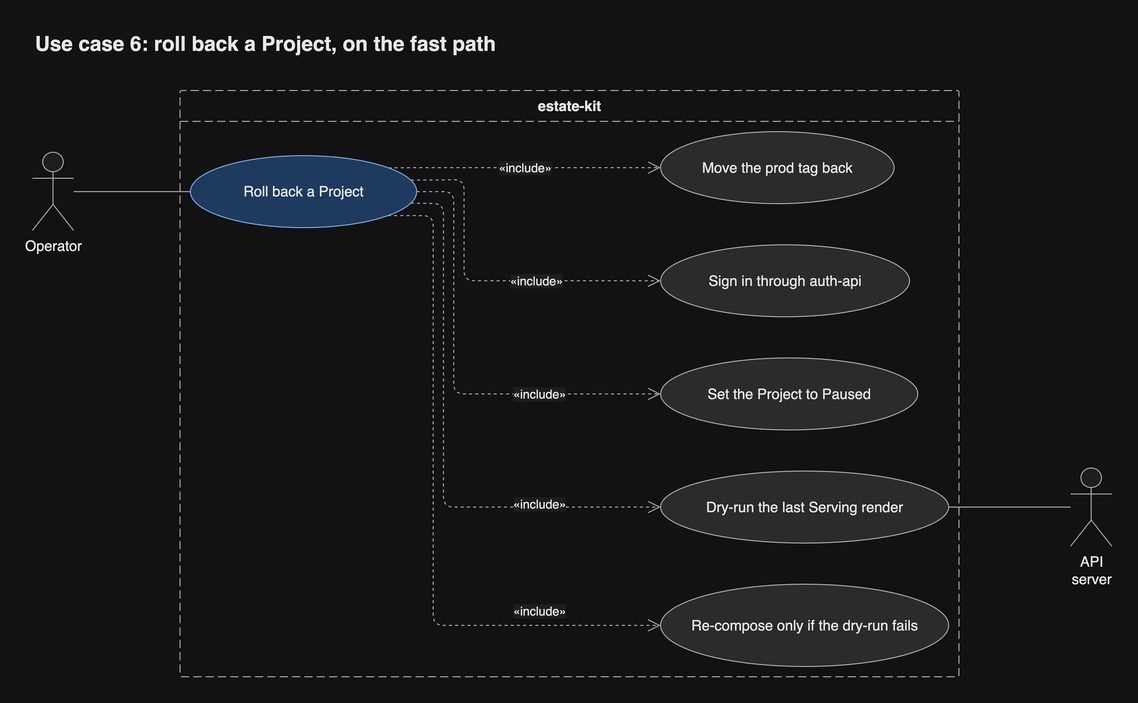
The draw.io diagram docs/diagrams/png/uc6-rollback.png in JorisJonkers-dev/estate-kit, before a commit. Source tidied: cells renumbered, new cells last; positions are measured from the earlier drawing's top-left corner, leaving out a move shared by most shapes.
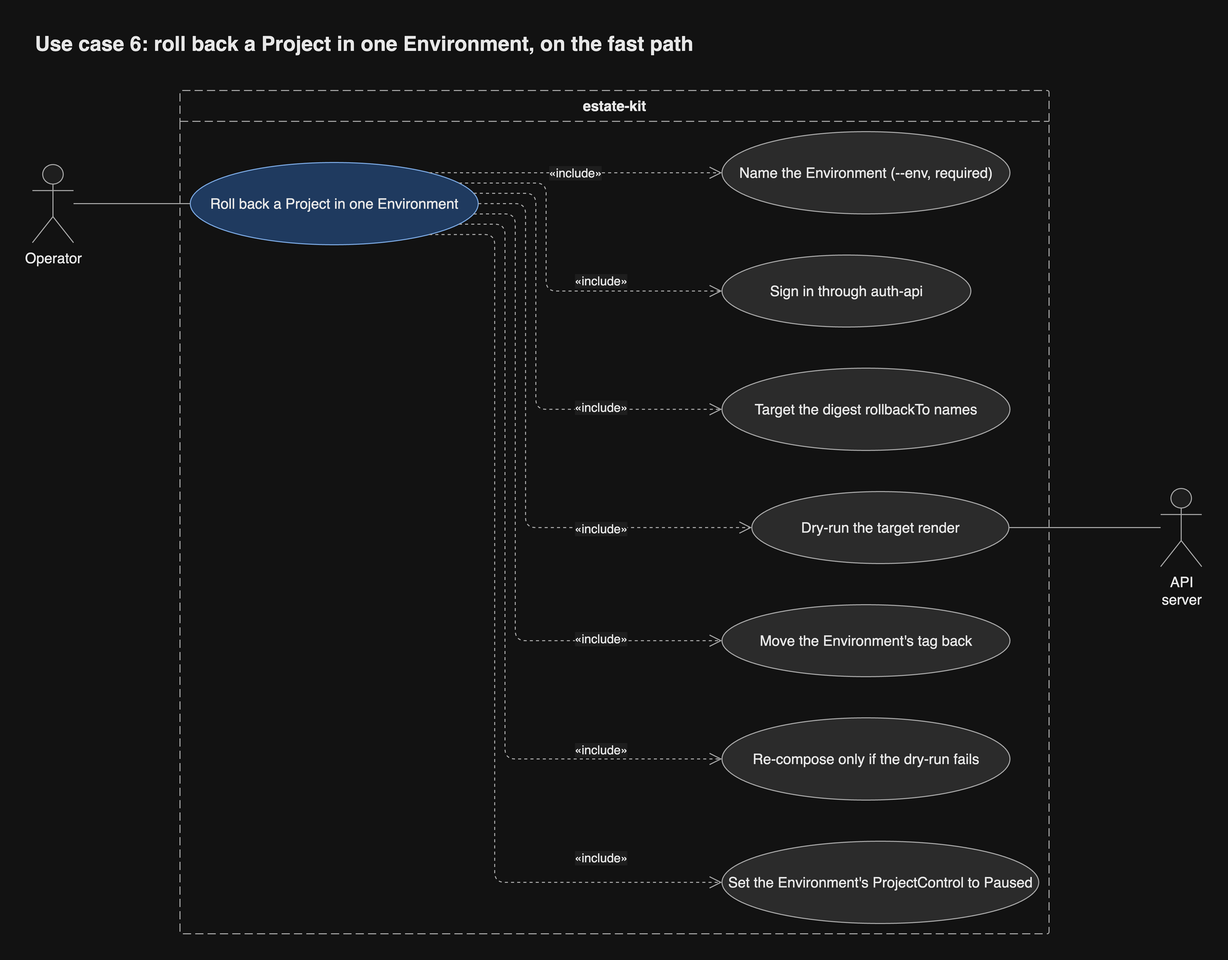
Above is the later version.

Change to the diagram source:
```diff
@@ -3,91 +3,115 @@
     <mxCell id="0" />
     <mxCell id="1" parent="0" />
     <mxCell id="2" value="estate-kit" style="swimlane;startSize=30;rounded=1;arcSize=4;absoluteArcSize=1;dashed=1;dashPattern=8 4;html=1;whiteSpace=wrap;fontSize=14;fontColor=light-dark(#1a1a1a,#e8e8e8);fontStyle=1;fillColor=none;swimlaneFillColor=none;strokeColor=light-dark(#666666,#a8a8a8);fontFamily=Helvetica;" parent="1" vertex="1">
-      <mxGeometry x="144" y="64" width="757" height="570" as="geometry" />
+      <mxGeometry x="144" y="64" width="845" height="820" as="geometry" />
     </mxCell>
-    <mxCell id="3" value="Roll back a Project" style="ellipse;html=1;whiteSpace=wrap;fontSize=14;fontColor=light-dark(#1a1a1a,#e8e8e8);fillColor=light-dark(#dae8fc,#1f3a5f);strokeColor=light-dark(#6c8ebf,#7aa7e0);fontFamily=Helvetica;" parent="2" vertex="1">
-      <mxGeometry x="10" y="63.3" width="220" height="70" as="geometry" />
+    <mxCell id="3" value="Roll back a Project in one Environment" style="ellipse;html=1;whiteSpace=wrap;fontSize=14;fontColor=light-dark(#1a1a1a,#e8e8e8);fillColor=light-dark(#dae8fc,#1f3a5f);strokeColor=light-dark(#6c8ebf,#7aa7e0);fontFamily=Helvetica;" parent="2" vertex="1">
+      <mxGeometry x="10" y="70" width="280" height="80" as="geometry" />
     </mxCell>
     <mxCell id="4" value="Sign in through auth-api" style="ellipse;html=1;whiteSpace=wrap;fontSize=14;fontColor=light-dark(#1a1a1a,#e8e8e8);fillColor=light-dark(#f5f5f5,#2b2b2b);strokeColor=light-dark(#666666,#a8a8a8);fontFamily=Helvetica;" parent="2" vertex="1">
-      <mxGeometry x="467" y="150" width="242" height="70" as="geometry" />
+      <mxGeometry x="527" y="160" width="242" height="70" as="geometry" />
     </mxCell>
-    <mxCell id="5" value="Dry-run the last Serving render" style="ellipse;html=1;whiteSpace=wrap;fontSize=14;fontColor=light-dark(#1a1a1a,#e8e8e8);fillColor=light-dark(#f5f5f5,#2b2b2b);strokeColor=light-dark(#666666,#a8a8a8);fontFamily=Helvetica;" parent="2" vertex="1">
-      <mxGeometry x="467" y="370" width="280" height="70" as="geometry" />
+    <mxCell id="5" value="Name the Environment (--env, required)" style="ellipse;html=1;whiteSpace=wrap;fontSize=14;fontColor=light-dark(#1a1a1a,#e8e8e8);fillColor=light-dark(#f5f5f5,#2b2b2b);strokeColor=light-dark(#666666,#a8a8a8);fontFamily=Helvetica;" parent="2" vertex="1">
+      <mxGeometry x="527" y="40" width="280" height="80" as="geometry" />
     </mxCell>
-    <mxCell id="6" value="Move the prod tag back" style="ellipse;html=1;whiteSpace=wrap;fontSize=14;fontColor=light-dark(#1a1a1a,#e8e8e8);fillColor=light-dark(#f5f5f5,#2b2b2b);strokeColor=light-dark(#666666,#a8a8a8);fontFamily=Helvetica;" parent="2" vertex="1">
-      <mxGeometry x="467" y="40" width="227" height="70" as="geometry" />
+    <mxCell id="6" value="Target the digest rollbackTo names" style="ellipse;html=1;whiteSpace=wrap;fontSize=14;fontColor=light-dark(#1a1a1a,#e8e8e8);fillColor=light-dark(#f5f5f5,#2b2b2b);strokeColor=light-dark(#666666,#a8a8a8);fontFamily=Helvetica;" parent="2" vertex="1">
+      <mxGeometry x="527" y="270" width="280" height="80" as="geometry" />
     </mxCell>
-    <mxCell id="7" value="Set the Project to Paused" style="ellipse;html=1;whiteSpace=wrap;fontSize=14;fontColor=light-dark(#1a1a1a,#e8e8e8);fillColor=light-dark(#f5f5f5,#2b2b2b);strokeColor=light-dark(#666666,#a8a8a8);fontFamily=Helvetica;" parent="2" vertex="1">
-      <mxGeometry x="467" y="260" width="250" height="70" as="geometry" />
+    <mxCell id="7" value="Dry-run the target render" style="ellipse;html=1;whiteSpace=wrap;fontSize=14;fontColor=light-dark(#1a1a1a,#e8e8e8);fillColor=light-dark(#f5f5f5,#2b2b2b);strokeColor=light-dark(#666666,#a8a8a8);fontFamily=Helvetica;" parent="2" vertex="1">
+      <mxGeometry x="556" y="390" width="250" height="70" as="geometry" />
     </mxCell>
-    <mxCell id="8" value="Re-compose only if the dry-run fails" style="ellipse;html=1;whiteSpace=wrap;fontSize=14;fontColor=light-dark(#1a1a1a,#e8e8e8);fillColor=light-dark(#f5f5f5,#2b2b2b);strokeColor=light-dark(#666666,#a8a8a8);fontFamily=Helvetica;" parent="2" vertex="1">
-      <mxGeometry x="467" y="480" width="280" height="80" as="geometry" />
+    <mxCell id="8" value="Move the Environment's tag back" style="ellipse;html=1;whiteSpace=wrap;fontSize=14;fontColor=light-dark(#1a1a1a,#e8e8e8);fillColor=light-dark(#f5f5f5,#2b2b2b);strokeColor=light-dark(#666666,#a8a8a8);fontFamily=Helvetica;" parent="2" vertex="1">
+      <mxGeometry x="527" y="500" width="280" height="70" as="geometry" />
     </mxCell>
+    <mxCell id="19" value="Set the Environment's ProjectControl to Paused" style="ellipse;html=1;whiteSpace=wrap;fontSize=14;fontColor=light-dark(#1a1a1a,#e8e8e8);fillColor=light-dark(#f5f5f5,#2b2b2b);strokeColor=light-dark(#666666,#a8a8a8);fontFamily=Helvetica;" parent="2" vertex="1">
+      <mxGeometry x="527" y="730" width="308" height="80" as="geometry" />
+    </mxCell>
+    <mxCell id="20" value="Re-compose only if the dry-run fails" style="ellipse;html=1;whiteSpace=wrap;fontSize=14;fontColor=light-dark(#1a1a1a,#e8e8e8);fillColor=light-dark(#f5f5f5,#2b2b2b);strokeColor=light-dark(#666666,#a8a8a8);fontFamily=Helvetica;" parent="2" vertex="1">
+      <mxGeometry x="527" y="610" width="280" height="80" as="geometry" />
+    </mxCell>
-    <mxCell id="9" value="«include»" style="html=1;rounded=1;fontSize=14;fontSize=12;fontColor=light-dark(#1a1a1a,#e8e8e8);strokeColor=light-dark(#666666,#a8a8a8);endArrow=open;endSize=10;dashed=1;noEdgeStyle=1;orthogonal=1;curved=0;exitX=0.9715;exitY=0.3334;entryX=0;entryY=0.5;fontFamily=Helvetica;labelBackgroundColor=light-dark(#ffffff,#1e1e1e);" parent="2" edge="1" source="3" target="4">
+    <mxCell id="9" value="«include»" style="html=1;rounded=1;fontSize=14;fontSize=12;fontColor=light-dark(#1a1a1a,#e8e8e8);strokeColor=light-dark(#666666,#a8a8a8);endArrow=open;endSize=10;dashed=1;noEdgeStyle=1;orthogonal=1;curved=0;exitX=0.9331;exitY=0.25;entryX=0;entryY=0.5;fontFamily=Helvetica;labelBackgroundColor=light-dark(#ffffff,#1e1e1e);" parent="2" edge="1" source="3" target="4">
       <mxGeometry relative="1" as="geometry">
         <Array as="points">
-          <mxPoint x="276" y="86.7" />
-          <mxPoint x="276" y="185" />
+          <mxPoint x="356" y="90" />
+          <mxPoint x="356" y="195" />
         </Array>
-        <mxPoint x="49.2" as="offset" />
+        <mxPoint x="52.5" as="offset" />
       </mxGeometry>
     </mxCell>
-    <mxCell id="10" value="«include»" style="html=1;rounded=1;fontSize=14;fontSize=12;fontColor=light-dark(#1a1a1a,#e8e8e8);strokeColor=light-dark(#666666,#a8a8a8);endArrow=open;endSize=10;dashed=1;noEdgeStyle=1;orthogonal=1;curved=0;exitX=0.9714;exitY=0.6667;entryX=0;entryY=0.5;fontFamily=Helvetica;labelBackgroundColor=light-dark(#ffffff,#1e1e1e);" parent="2" edge="1" source="3" target="5">
+    <mxCell id="10" value="«include»" style="html=1;rounded=1;fontSize=14;fontSize=12;fontColor=light-dark(#1a1a1a,#e8e8e8);strokeColor=light-dark(#666666,#a8a8a8);endArrow=open;endSize=10;dashed=1;noEdgeStyle=1;orthogonal=1;curved=0;exitX=0.8308;exitY=0.125;entryX=0;entryY=0.5;fontFamily=Helvetica;labelBackgroundColor=light-dark(#ffffff,#1e1e1e);" parent="2" edge="1" source="3" target="5">
       <mxGeometry relative="1" as="geometry">
         <Array as="points">
-          <mxPoint x="256" y="110" />
-          <mxPoint x="256" y="405" />
+          <mxPoint x="290" y="80" />
         </Array>
-        <mxPoint x="92.5" y="55" as="offset" />
       </mxGeometry>
     </mxCell>
-    <mxCell id="11" value="«include»" style="html=1;rounded=1;fontSize=14;fontSize=12;fontColor=light-dark(#1a1a1a,#e8e8e8);strokeColor=light-dark(#666666,#a8a8a8);endArrow=open;endSize=10;dashed=1;noEdgeStyle=1;orthogonal=1;curved=0;exitX=0.8728;exitY=0.1667;entryX=0;entryY=0.5;fontFamily=Helvetica;labelBackgroundColor=light-dark(#ffffff,#1e1e1e);" parent="2" edge="1" source="3" target="6">
+    <mxCell id="11" value="«include»" style="html=1;rounded=1;fontSize=14;fontSize=12;fontColor=light-dark(#1a1a1a,#e8e8e8);strokeColor=light-dark(#666666,#a8a8a8);endArrow=open;endSize=10;dashed=1;noEdgeStyle=1;orthogonal=1;curved=0;exitX=0.9842;exitY=0.375;entryX=0;entryY=0.5;fontFamily=Helvetica;labelBackgroundColor=light-dark(#ffffff,#1e1e1e);" parent="2" edge="1" source="3" target="6">
       <mxGeometry relative="1" as="geometry">
         <Array as="points">
-          <mxPoint x="230" y="75" />
+          <mxPoint x="346" y="100" />
+          <mxPoint x="346" y="310" />
         </Array>
+        <mxPoint x="62.5" y="42.5" as="offset" />
       </mxGeometry>
     </mxCell>
     <mxCell id="12" value="«include»" style="html=1;rounded=1;fontSize=14;fontSize=12;fontColor=light-dark(#1a1a1a,#e8e8e8);strokeColor=light-dark(#666666,#a8a8a8);endArrow=open;endSize=10;dashed=1;curved=0;exitX=1;exitY=0.5;entryX=0;entryY=0.5;edgeStyle=orthogonalEdgeStyle;fontFamily=Helvetica;labelBackgroundColor=light-dark(#ffffff,#1e1e1e);" parent="2" edge="1" source="3" target="7">
       <mxGeometry relative="1" as="geometry">
         <Array as="points">
-          <mxPoint x="266" y="98.3" />
-          <mxPoint x="266" y="295" />
+          <mxPoint x="336" y="110" />
+          <mxPoint x="336" y="425" />
         </Array>
-        <mxPoint x="82.5" y="15.8" as="offset" />
+        <mxPoint x="72.5" y="70.5" as="offset" />
       </mxGeometry>
     </mxCell>
-    <mxCell id="13" value="«include»" style="html=1;rounded=1;fontSize=14;fontSize=12;fontColor=light-dark(#1a1a1a,#e8e8e8);strokeColor=light-dark(#666666,#a8a8a8);endArrow=open;endSize=10;dashed=1;noEdgeStyle=1;orthogonal=1;curved=0;exitX=0.8727;exitY=0.8334;entryX=0;entryY=0.5;fontFamily=Helvetica;labelBackgroundColor=light-dark(#ffffff,#1e1e1e);" parent="2" edge="1" source="3" target="8">
+    <mxCell id="13" value="«include»" style="html=1;rounded=1;fontSize=14;fontSize=12;fontColor=light-dark(#1a1a1a,#e8e8e8);strokeColor=light-dark(#666666,#a8a8a8);endArrow=open;endSize=10;dashed=1;noEdgeStyle=1;orthogonal=1;curved=0;exitX=0.9842;exitY=0.625;entryX=0;entryY=0.5;fontFamily=Helvetica;labelBackgroundColor=light-dark(#ffffff,#1e1e1e);" parent="2" edge="1" source="3" target="8">
       <mxGeometry relative="1" as="geometry">
         <Array as="points">
-          <mxPoint x="246" y="121.7" />
-          <mxPoint x="246" y="520" />
+          <mxPoint x="326" y="120" />
+          <mxPoint x="326" y="535" />
         </Array>
-        <mxPoint x="102.5" y="96.7" as="offset" />
+        <mxPoint x="82.5" y="125" as="offset" />
       </mxGeometry>
     </mxCell>
+    <mxCell id="17" value="«include»" style="html=1;rounded=1;fontSize=14;fontSize=12;fontColor=light-dark(#1a1a1a,#e8e8e8);strokeColor=light-dark(#666666,#a8a8a8);endArrow=open;endSize=10;dashed=1;noEdgeStyle=1;orthogonal=1;curved=0;exitX=0.8308;exitY=0.875;entryX=0;entryY=0.5;fontFamily=Helvetica;labelBackgroundColor=light-dark(#ffffff,#1e1e1e);" parent="2" edge="1" source="3" target="19">
+      <mxGeometry relative="1" as="geometry">
+        <Array as="points">
+          <mxPoint x="306" y="140" />
+          <mxPoint x="306" y="770" />
+        </Array>
+        <mxPoint x="102.5" y="212.5" as="offset" />
+      </mxGeometry>
+    </mxCell>
+    <mxCell id="21" value="«include»" style="html=1;rounded=1;fontSize=14;fontSize=12;fontColor=light-dark(#1a1a1a,#e8e8e8);strokeColor=light-dark(#666666,#a8a8a8);endArrow=open;endSize=10;dashed=1;noEdgeStyle=1;orthogonal=1;curved=0;exitX=0.9331;exitY=0.75;entryX=0;entryY=0.5;fontFamily=Helvetica;labelBackgroundColor=light-dark(#ffffff,#1e1e1e);" parent="2" edge="1" source="3" target="20">
+      <mxGeometry relative="1" as="geometry">
+        <Array as="points">
+          <mxPoint x="316" y="130" />
+          <mxPoint x="316" y="650" />
+        </Array>
+        <mxPoint x="92.5" y="167.5" as="offset" />
+      </mxGeometry>
+    </mxCell>
     <mxCell id="14" value="Operator" style="shape=umlActor;verticalLabelPosition=bottom;verticalAlign=top;outlineConnect=0;html=1;whiteSpace=wrap;fontSize=14;fontColor=light-dark(#1a1a1a,#e8e8e8);fillColor=light-dark(#ffffff,#1e1e1e);strokeColor=light-dark(#666666,#a8a8a8);fontFamily=Helvetica;" parent="1" vertex="1">
-      <mxGeometry x="0.5" y="124" width="40" height="76" as="geometry" />
+      <mxGeometry x="0.5" y="136" width="40" height="76" as="geometry" />
     </mxCell>
-    <mxCell id="15" style="html=1;rounded=1;fontSize=14;fontSize=12;fontColor=light-dark(#1a1a1a,#e8e8e8);strokeColor=light-dark(#666666,#a8a8a8);endArrow=none;curved=0;exitX=1;exitY=0.5043;entryX=0;entryY=0.5;edgeStyle=orthogonalEdgeStyle;fontFamily=Helvetica;labelBackgroundColor=light-dark(#ffffff,#1e1e1e);" parent="1" edge="1" source="14" target="3">
+    <mxCell id="15" style="html=1;rounded=1;fontSize=14;fontSize=12;fontColor=light-dark(#1a1a1a,#e8e8e8);strokeColor=light-dark(#666666,#a8a8a8);endArrow=none;curved=0;exitX=1;exitY=0.5;entryX=0;entryY=0.5;edgeStyle=orthogonalEdgeStyle;fontFamily=Helvetica;labelBackgroundColor=light-dark(#ffffff,#1e1e1e);" parent="1" edge="1" source="14" target="3">
       <mxGeometry relative="1" as="geometry">
         <Array as="points">
-          <mxPoint x="139" y="162.3" />
+          <mxPoint x="139" y="174" />
         </Array>
       </mxGeometry>
     </mxCell>
     <mxCell id="16" value="API server" style="shape=umlActor;verticalLabelPosition=bottom;verticalAlign=top;outlineConnect=0;html=1;whiteSpace=wrap;fontSize=14;fontColor=light-dark(#1a1a1a,#e8e8e8);fillColor=light-dark(#ffffff,#1e1e1e);strokeColor=light-dark(#666666,#a8a8a8);fontFamily=Helvetica;" parent="1" vertex="1">
-      <mxGeometry x="1009.5" y="431" width="40" height="76" as="geometry" />
+      <mxGeometry x="1097.5" y="451" width="40" height="76" as="geometry" />
     </mxCell>
-    <mxCell id="17" style="html=1;rounded=1;fontSize=14;fontSize=12;fontColor=light-dark(#1a1a1a,#e8e8e8);strokeColor=light-dark(#666666,#a8a8a8);endArrow=none;curved=0;exitX=1;exitY=0.5;entryX=0;entryY=0.5;edgeStyle=orthogonalEdgeStyle;fontFamily=Helvetica;labelBackgroundColor=light-dark(#ffffff,#1e1e1e);" parent="1" edge="1" source="5" target="16">
-      <mxGeometry relative="1" as="geometry">
-        <Array as="points">
-          <mxPoint x="906" y="469" />
-        </Array>
-      </mxGeometry>
-    </mxCell>
+    <mxCell id="22" style="html=1;rounded=1;fontSize=14;fontSize=12;fontColor=light-dark(#1a1a1a,#e8e8e8);strokeColor=light-dark(#666666,#a8a8a8);endArrow=none;curved=0;exitX=1;exitY=0.5;entryX=0;entryY=0.5;edgeStyle=orthogonalEdgeStyle;fontFamily=Helvetica;labelBackgroundColor=light-dark(#ffffff,#1e1e1e);" parent="1" edge="1" source="7" target="16">
+      <mxGeometry relative="1" as="geometry">
+        <Array as="points">
+          <mxPoint x="994" y="489" />
+        </Array>
+      </mxGeometry>
+    </mxCell>
-    <mxCell id="18" value="Use case 6: roll back a Project, on the fast path" style="text;html=1;whiteSpace=wrap;align=left;verticalAlign=middle;fontSize=20;fontStyle=1;fontColor=light-dark(#1a1a1a,#e8e8e8);fontFamily=Helvetica;" parent="1" vertex="1">
-      <mxGeometry x="0.5" width="1049" height="36" as="geometry" />
+    <mxCell id="18" value="Use case 6: roll back a Project in one Environment, on the fast path" style="text;html=1;whiteSpace=wrap;align=left;verticalAlign=middle;fontSize=20;fontStyle=1;fontColor=light-dark(#1a1a1a,#e8e8e8);fontFamily=Helvetica;" parent="1" vertex="1">
+      <mxGeometry x="0.5" width="1137" height="36" as="geometry" />
     </mxCell>
   </root>
 </mxGraphModel>
```
